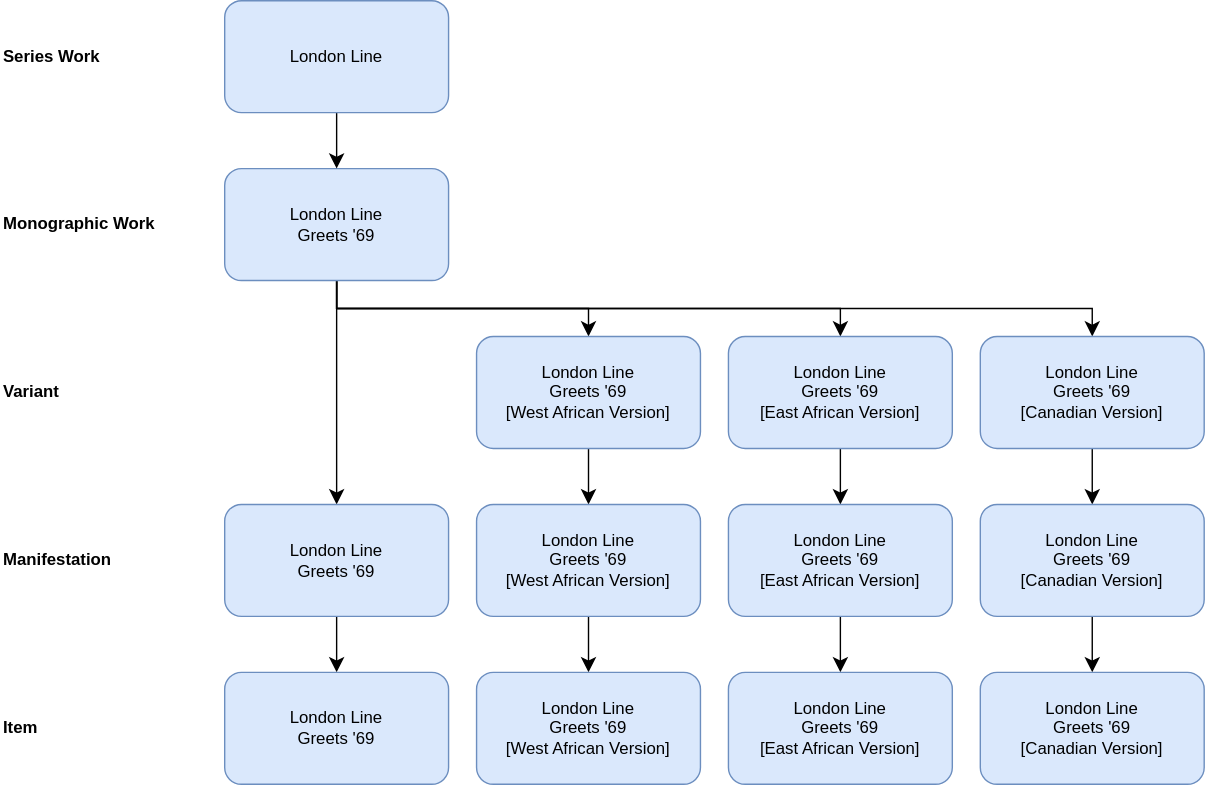
The draw.io diagram markdown/diagrams/numb_22.drawio.svg in FIAF/fiaf-cataloguing-manual, before a commit. Source tidied: cells renumbered, new cells last; positions are measured from the earlier drawing's top-left corner, leaving out a move shared by most shapes.
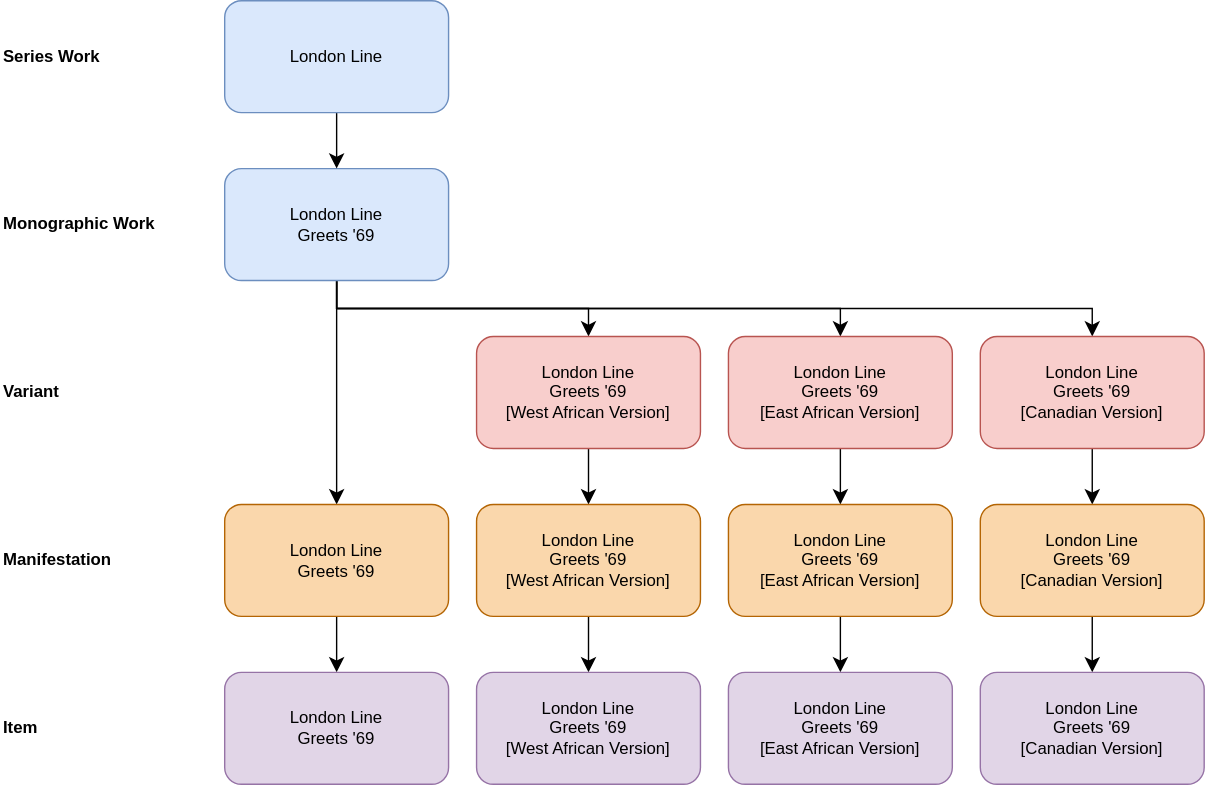
Later version of the same file.

The edit, as a diff of the source:
```diff
@@ -2,93 +2,108 @@
   <root>
     <mxCell id="0" />
     <mxCell id="1" parent="0" />
+    <mxCell id="35" style="edgeStyle=orthogonalEdgeStyle;rounded=0;orthogonalLoop=1;jettySize=auto;html=1;exitX=0.5;exitY=1;exitDx=0;exitDy=0;entryX=0.5;entryY=0;entryDx=0;entryDy=0;fontSize=12;startSize=8;endSize=8;" parent="1" edge="1">
+      <mxGeometry relative="1" as="geometry">
+        <mxPoint x="390" y="480" as="targetPoint" />
+      </mxGeometry>
+    </mxCell>
+    <mxCell id="36" style="edgeStyle=orthogonalEdgeStyle;rounded=0;orthogonalLoop=1;jettySize=auto;html=1;exitX=0.5;exitY=1;exitDx=0;exitDy=0;entryX=0.5;entryY=0;entryDx=0;entryDy=0;fontSize=12;startSize=8;endSize=8;" parent="1" edge="1">
+      <mxGeometry relative="1" as="geometry">
+        <mxPoint x="570" y="480" as="targetPoint" />
+      </mxGeometry>
+    </mxCell>
+    <mxCell id="37" style="edgeStyle=none;curved=1;rounded=0;orthogonalLoop=1;jettySize=auto;html=1;exitX=0.5;exitY=1;exitDx=0;exitDy=0;entryX=0.5;entryY=0;entryDx=0;entryDy=0;fontSize=12;startSize=8;endSize=8;" parent="1" edge="1">
+      <mxGeometry relative="1" as="geometry">
+        <mxPoint x="210" y="440" as="sourcePoint" />
+      </mxGeometry>
+    </mxCell>
     <mxCell id="2" value="Item" style="text;html=1;whiteSpace=wrap;strokeColor=none;fillColor=none;align=left;verticalAlign=middle;rounded=0;fontStyle=1;" parent="1" vertex="1">
       <mxGeometry y="505" width="110" height="30" as="geometry" />
     </mxCell>
-    <mxCell id="3" style="edgeStyle=orthogonalEdgeStyle;rounded=0;jettySize=auto;html=1;exitX=0.5;exitY=1;exitDx=0;exitDy=0;entryX=0.5;entryY=0;entryDx=0;entryDy=0;fontSize=12;startSize=8;endSize=8;" parent="1" edge="1" source="x">
-      <mxGeometry relative="1" as="geometry">
-        <mxPoint x="390" y="480" as="targetPoint" />
-      </mxGeometry>
-    </mxCell>
-    <mxCell id="4" style="edgeStyle=orthogonalEdgeStyle;rounded=0;jettySize=auto;html=1;exitX=0.5;exitY=1;exitDx=0;exitDy=0;entryX=0.5;entryY=0;entryDx=0;entryDy=0;fontSize=12;startSize=8;endSize=8;" parent="1" edge="1" source="x">
-      <mxGeometry relative="1" as="geometry">
-        <mxPoint x="570" y="480" as="targetPoint" />
-      </mxGeometry>
-    </mxCell>
+    <mxCell id="38" style="edgeStyle=orthogonalEdgeStyle;rounded=0;orthogonalLoop=1;jettySize=auto;html=1;exitX=0.5;exitY=1;exitDx=0;exitDy=0;entryX=0.5;entryY=0;entryDx=0;entryDy=0;fontSize=12;startSize=8;endSize=8;" parent="1" edge="1">
+      <mxGeometry relative="1" as="geometry">
+        <mxPoint x="390" y="480" as="targetPoint" />
+      </mxGeometry>
+    </mxCell>
+    <mxCell id="39" style="edgeStyle=orthogonalEdgeStyle;rounded=0;orthogonalLoop=1;jettySize=auto;html=1;exitX=0.5;exitY=1;exitDx=0;exitDy=0;entryX=0.5;entryY=0;entryDx=0;entryDy=0;fontSize=12;startSize=8;endSize=8;" parent="1" edge="1">
+      <mxGeometry relative="1" as="geometry">
+        <mxPoint x="570" y="480" as="targetPoint" />
+      </mxGeometry>
+    </mxCell>
     <mxCell id="5" value="Manifestation" style="text;html=1;whiteSpace=wrap;strokeColor=none;fillColor=none;align=left;verticalAlign=middle;rounded=0;fontStyle=1;" parent="1" vertex="1">
       <mxGeometry y="385" width="110" height="30" as="geometry" />
     </mxCell>
-    <mxCell id="6" style="edgeStyle=orthogonalEdgeStyle;rounded=0;jettySize=auto;html=1;exitX=0.5;exitY=1;exitDx=0;exitDy=0;entryX=0.5;entryY=0;entryDx=0;entryDy=0;fontSize=12;startSize=8;endSize=8;" parent="1" edge="1" source="10" target="15">
-      <mxGeometry relative="1" as="geometry" />
-    </mxCell>
-    <mxCell id="7" style="edgeStyle=orthogonalEdgeStyle;rounded=0;jettySize=auto;html=1;exitX=0.5;exitY=1;exitDx=0;exitDy=0;entryX=0.5;entryY=0;entryDx=0;entryDy=0;fontSize=12;startSize=8;endSize=8;" parent="1" edge="1" source="10" target="17">
-      <mxGeometry relative="1" as="geometry" />
-    </mxCell>
-    <mxCell id="8" style="edgeStyle=orthogonalEdgeStyle;rounded=0;jettySize=auto;html=1;exitX=0.5;exitY=1;exitDx=0;exitDy=0;entryX=0.5;entryY=0;entryDx=0;entryDy=0;fontSize=12;startSize=8;endSize=8;" parent="1" edge="1" source="10" target="19">
-      <mxGeometry relative="1" as="geometry" />
-    </mxCell>
-    <mxCell id="9" style="edgeStyle=none;curved=1;rounded=0;jettySize=auto;html=1;exitX=0.5;exitY=1;exitDx=0;exitDy=0;fontSize=12;startSize=8;endSize=8;" parent="1" edge="1" source="10" target="33">
-      <mxGeometry relative="1" as="geometry" />
-    </mxCell>
+    <mxCell id="40" style="edgeStyle=orthogonalEdgeStyle;rounded=0;jettySize=auto;html=1;exitX=0.5;exitY=1;exitDx=0;exitDy=0;entryX=0.5;entryY=0;entryDx=0;entryDy=0;fontSize=12;startSize=8;endSize=8;" parent="1" edge="1" source="10" target="46">
+      <mxGeometry relative="1" as="geometry" />
+    </mxCell>
+    <mxCell id="41" style="edgeStyle=orthogonalEdgeStyle;rounded=0;jettySize=auto;html=1;exitX=0.5;exitY=1;exitDx=0;exitDy=0;entryX=0.5;entryY=0;entryDx=0;entryDy=0;fontSize=12;startSize=8;endSize=8;" parent="1" edge="1" source="10" target="48">
+      <mxGeometry relative="1" as="geometry" />
+    </mxCell>
+    <mxCell id="42" style="edgeStyle=orthogonalEdgeStyle;rounded=0;jettySize=auto;html=1;exitX=0.5;exitY=1;exitDx=0;exitDy=0;entryX=0.5;entryY=0;entryDx=0;entryDy=0;fontSize=12;startSize=8;endSize=8;" parent="1" edge="1" source="10" target="50">
+      <mxGeometry relative="1" as="geometry" />
+    </mxCell>
+    <mxCell id="43" style="edgeStyle=none;curved=1;rounded=0;jettySize=auto;html=1;exitX=0.5;exitY=1;exitDx=0;exitDy=0;fontSize=12;startSize=8;endSize=8;" parent="1" edge="1" source="10" target="61">
+      <mxGeometry relative="1" as="geometry" />
+    </mxCell>
     <mxCell id="10" value="&lt;div&gt;London Line&lt;/div&gt;&lt;div&gt;Greets '69&lt;/div&gt;" style="rounded=1;whiteSpace=wrap;html=1;fillColor=#dae8fc;strokeColor=#6c8ebf;" parent="1" vertex="1">
       <mxGeometry x="160" y="120" width="160" height="80" as="geometry" />
     </mxCell>
     <mxCell id="11" value="Monographic Work" style="text;html=1;whiteSpace=wrap;strokeColor=none;fillColor=none;align=left;verticalAlign=middle;rounded=0;fontStyle=1;" parent="1" vertex="1">
       <mxGeometry y="145" width="120" height="30" as="geometry" />
     </mxCell>
-    <mxCell id="12" style="edgeStyle=none;curved=1;rounded=0;jettySize=auto;html=1;exitX=0.5;exitY=1;exitDx=0;exitDy=0;entryX=0.5;entryY=0;entryDx=0;entryDy=0;fontSize=12;startSize=8;endSize=8;" parent="1" edge="1" target="x">
-      <mxGeometry relative="1" as="geometry">
-        <mxPoint x="210" y="440" as="sourcePoint" />
-      </mxGeometry>
-    </mxCell>
+    <mxCell id="44" style="edgeStyle=none;curved=1;rounded=0;orthogonalLoop=1;jettySize=auto;html=1;exitX=0.5;exitY=1;exitDx=0;exitDy=0;entryX=0.5;entryY=0;entryDx=0;entryDy=0;fontSize=12;startSize=8;endSize=8;" parent="1" edge="1">
+      <mxGeometry relative="1" as="geometry">
+        <mxPoint x="210" y="440" as="sourcePoint" />
+      </mxGeometry>
+    </mxCell>
     <mxCell id="13" value="Variant" style="text;html=1;whiteSpace=wrap;strokeColor=none;fillColor=none;align=left;verticalAlign=middle;rounded=0;fontStyle=1;" parent="1" vertex="1">
       <mxGeometry y="265" width="110" height="30" as="geometry" />
     </mxCell>
-    <mxCell id="14" style="edgeStyle=none;curved=1;rounded=0;jettySize=auto;html=1;exitX=0.5;exitY=1;exitDx=0;exitDy=0;entryX=0.5;entryY=0;entryDx=0;entryDy=0;fontSize=12;startSize=8;endSize=8;" parent="1" edge="1" source="15" target="21">
-      <mxGeometry relative="1" as="geometry" />
-    </mxCell>
-    <mxCell id="15" value="&lt;div&gt;London Line&lt;/div&gt;&lt;div&gt;Greets '69&lt;/div&gt;&lt;div&gt;[West African Version]&lt;/div&gt;" style="rounded=1;whiteSpace=wrap;html=1;fillColor=#dae8fc;strokeColor=#6c8ebf;" parent="1" vertex="1">
-      <mxGeometry x="340" y="240" width="160" height="80" as="geometry" />
-    </mxCell>
-    <mxCell id="16" style="edgeStyle=none;curved=1;rounded=0;jettySize=auto;html=1;exitX=0.5;exitY=1;exitDx=0;exitDy=0;entryX=0.5;entryY=0;entryDx=0;entryDy=0;fontSize=12;startSize=8;endSize=8;" parent="1" edge="1" source="17" target="23">
-      <mxGeometry relative="1" as="geometry" />
-    </mxCell>
-    <mxCell id="17" value="&lt;div&gt;London Line&lt;/div&gt;&lt;div&gt;Greets '69&lt;/div&gt;&lt;div&gt;[East African Version]&lt;/div&gt;" style="rounded=1;whiteSpace=wrap;html=1;fillColor=#dae8fc;strokeColor=#6c8ebf;" parent="1" vertex="1">
-      <mxGeometry x="520" y="240" width="160" height="80" as="geometry" />
-    </mxCell>
-    <mxCell id="18" style="edgeStyle=none;curved=1;rounded=0;jettySize=auto;html=1;exitX=0.5;exitY=1;exitDx=0;exitDy=0;entryX=0.5;entryY=0;entryDx=0;entryDy=0;fontSize=12;startSize=8;endSize=8;" parent="1" edge="1" source="19" target="25">
-      <mxGeometry relative="1" as="geometry" />
-    </mxCell>
-    <mxCell id="19" value="&lt;div&gt;London Line&lt;/div&gt;&lt;div&gt;Greets '69&lt;/div&gt;&lt;div&gt;[Canadian Version]&lt;/div&gt;" style="rounded=1;whiteSpace=wrap;html=1;fillColor=#dae8fc;strokeColor=#6c8ebf;" parent="1" vertex="1">
-      <mxGeometry x="700" y="240" width="160" height="80" as="geometry" />
-    </mxCell>
-    <mxCell id="20" style="edgeStyle=none;curved=1;rounded=0;jettySize=auto;html=1;exitX=0.5;exitY=1;exitDx=0;exitDy=0;entryX=0.5;entryY=0;entryDx=0;entryDy=0;fontSize=12;startSize=8;endSize=8;" parent="1" edge="1" source="21" target="26">
-      <mxGeometry relative="1" as="geometry" />
-    </mxCell>
-    <mxCell id="21" value="&lt;div&gt;London Line&lt;/div&gt;&lt;div&gt;Greets '69&lt;/div&gt;&lt;div&gt;[West African Version]&lt;/div&gt;" style="rounded=1;whiteSpace=wrap;html=1;fillColor=#dae8fc;strokeColor=#6c8ebf;" parent="1" vertex="1">
-      <mxGeometry x="340" y="360" width="160" height="80" as="geometry" />
-    </mxCell>
-    <mxCell id="22" style="edgeStyle=none;curved=1;rounded=0;jettySize=auto;html=1;exitX=0.5;exitY=1;exitDx=0;exitDy=0;entryX=0.5;entryY=0;entryDx=0;entryDy=0;fontSize=12;startSize=8;endSize=8;" parent="1" edge="1" source="23" target="27">
-      <mxGeometry relative="1" as="geometry" />
-    </mxCell>
-    <mxCell id="23" value="&lt;div&gt;London Line&lt;/div&gt;&lt;div&gt;Greets '69&lt;/div&gt;&lt;div&gt;[East African Version]&lt;/div&gt;" style="rounded=1;whiteSpace=wrap;html=1;fillColor=#dae8fc;strokeColor=#6c8ebf;" parent="1" vertex="1">
-      <mxGeometry x="520" y="360" width="160" height="80" as="geometry" />
-    </mxCell>
-    <mxCell id="24" style="edgeStyle=none;curved=1;rounded=0;jettySize=auto;html=1;exitX=0.5;exitY=1;exitDx=0;exitDy=0;entryX=0.5;entryY=0;entryDx=0;entryDy=0;fontSize=12;startSize=8;endSize=8;" parent="1" edge="1" source="25" target="28">
-      <mxGeometry relative="1" as="geometry" />
-    </mxCell>
-    <mxCell id="25" value="&lt;div&gt;London Line&lt;/div&gt;&lt;div&gt;Greets '69&lt;/div&gt;&lt;div&gt;[Canadian Version]&lt;/div&gt;" style="rounded=1;whiteSpace=wrap;html=1;fillColor=#dae8fc;strokeColor=#6c8ebf;" parent="1" vertex="1">
-      <mxGeometry x="700" y="360" width="160" height="80" as="geometry" />
-    </mxCell>
-    <mxCell id="26" value="&lt;div&gt;London Line&lt;/div&gt;&lt;div&gt;Greets '69&lt;/div&gt;&lt;div&gt;[West African Version]&lt;/div&gt;" style="rounded=1;whiteSpace=wrap;html=1;fillColor=#dae8fc;strokeColor=#6c8ebf;" parent="1" vertex="1">
-      <mxGeometry x="340" y="480" width="160" height="80" as="geometry" />
-    </mxCell>
-    <mxCell id="27" value="&lt;div&gt;London Line&lt;/div&gt;&lt;div&gt;Greets '69&lt;/div&gt;&lt;div&gt;[East African Version]&lt;/div&gt;" style="rounded=1;whiteSpace=wrap;html=1;fillColor=#dae8fc;strokeColor=#6c8ebf;" parent="1" vertex="1">
-      <mxGeometry x="520" y="480" width="160" height="80" as="geometry" />
-    </mxCell>
-    <mxCell id="28" value="&lt;div&gt;London Line&lt;/div&gt;&lt;div&gt;Greets '69&lt;/div&gt;&lt;div&gt;[Canadian Version]&lt;/div&gt;" style="rounded=1;whiteSpace=wrap;html=1;fillColor=#dae8fc;strokeColor=#6c8ebf;" parent="1" vertex="1">
-      <mxGeometry x="700" y="480" width="160" height="80" as="geometry" />
-    </mxCell>
+    <mxCell id="45" style="edgeStyle=none;curved=1;rounded=0;jettySize=auto;html=1;exitX=0.5;exitY=1;exitDx=0;exitDy=0;entryX=0.5;entryY=0;entryDx=0;entryDy=0;fontSize=12;startSize=8;endSize=8;" parent="1" edge="1" source="46" target="52">
+      <mxGeometry relative="1" as="geometry" />
+    </mxCell>
+    <mxCell id="46" value="&lt;div&gt;London Line&lt;/div&gt;&lt;div&gt;Greets '69&lt;/div&gt;&lt;div&gt;[West African Version]&lt;/div&gt;" style="rounded=1;whiteSpace=wrap;html=1;fillColor=#f8cecc;strokeColor=#b85450;" parent="1" vertex="1">
+      <mxGeometry x="340" y="240" width="160" height="80" as="geometry" />
+    </mxCell>
+    <mxCell id="47" style="edgeStyle=none;curved=1;rounded=0;jettySize=auto;html=1;exitX=0.5;exitY=1;exitDx=0;exitDy=0;entryX=0.5;entryY=0;entryDx=0;entryDy=0;fontSize=12;startSize=8;endSize=8;" parent="1" edge="1" source="48" target="54">
+      <mxGeometry relative="1" as="geometry" />
+    </mxCell>
+    <mxCell id="48" value="&lt;div&gt;London Line&lt;/div&gt;&lt;div&gt;Greets '69&lt;/div&gt;&lt;div&gt;[East African Version]&lt;/div&gt;" style="rounded=1;whiteSpace=wrap;html=1;fillColor=#f8cecc;strokeColor=#b85450;" parent="1" vertex="1">
+      <mxGeometry x="520" y="240" width="160" height="80" as="geometry" />
+    </mxCell>
+    <mxCell id="49" style="edgeStyle=none;curved=1;rounded=0;jettySize=auto;html=1;exitX=0.5;exitY=1;exitDx=0;exitDy=0;entryX=0.5;entryY=0;entryDx=0;entryDy=0;fontSize=12;startSize=8;endSize=8;" parent="1" edge="1" source="50" target="56">
+      <mxGeometry relative="1" as="geometry" />
+    </mxCell>
+    <mxCell id="50" value="&lt;div&gt;London Line&lt;/div&gt;&lt;div&gt;Greets '69&lt;/div&gt;&lt;div&gt;[Canadian Version]&lt;/div&gt;" style="rounded=1;whiteSpace=wrap;html=1;fillColor=#f8cecc;strokeColor=#b85450;" parent="1" vertex="1">
+      <mxGeometry x="700" y="240" width="160" height="80" as="geometry" />
+    </mxCell>
+    <mxCell id="51" style="edgeStyle=none;curved=1;rounded=0;jettySize=auto;html=1;exitX=0.5;exitY=1;exitDx=0;exitDy=0;entryX=0.5;entryY=0;entryDx=0;entryDy=0;fontSize=12;startSize=8;endSize=8;" parent="1" edge="1" source="52" target="57">
+      <mxGeometry relative="1" as="geometry" />
+    </mxCell>
+    <mxCell id="52" value="&lt;div&gt;London Line&lt;/div&gt;&lt;div&gt;Greets '69&lt;/div&gt;&lt;div&gt;[West African Version]&lt;/div&gt;" style="rounded=1;whiteSpace=wrap;html=1;fillColor=#fad7ac;strokeColor=#b46504;" parent="1" vertex="1">
+      <mxGeometry x="340" y="360" width="160" height="80" as="geometry" />
+    </mxCell>
+    <mxCell id="53" style="edgeStyle=none;curved=1;rounded=0;jettySize=auto;html=1;exitX=0.5;exitY=1;exitDx=0;exitDy=0;entryX=0.5;entryY=0;entryDx=0;entryDy=0;fontSize=12;startSize=8;endSize=8;" parent="1" edge="1" source="54" target="58">
+      <mxGeometry relative="1" as="geometry" />
+    </mxCell>
+    <mxCell id="54" value="&lt;div&gt;London Line&lt;/div&gt;&lt;div&gt;Greets '69&lt;/div&gt;&lt;div&gt;[East African Version]&lt;/div&gt;" style="rounded=1;whiteSpace=wrap;html=1;fillColor=#fad7ac;strokeColor=#b46504;" parent="1" vertex="1">
+      <mxGeometry x="520" y="360" width="160" height="80" as="geometry" />
+    </mxCell>
+    <mxCell id="55" style="edgeStyle=none;curved=1;rounded=0;jettySize=auto;html=1;exitX=0.5;exitY=1;exitDx=0;exitDy=0;entryX=0.5;entryY=0;entryDx=0;entryDy=0;fontSize=12;startSize=8;endSize=8;" parent="1" edge="1" source="56" target="59">
+      <mxGeometry relative="1" as="geometry" />
+    </mxCell>
+    <mxCell id="56" value="&lt;div&gt;London Line&lt;/div&gt;&lt;div&gt;Greets '69&lt;/div&gt;&lt;div&gt;[Canadian Version]&lt;/div&gt;" style="rounded=1;whiteSpace=wrap;html=1;fillColor=#fad7ac;strokeColor=#b46504;" parent="1" vertex="1">
+      <mxGeometry x="700" y="360" width="160" height="80" as="geometry" />
+    </mxCell>
+    <mxCell id="57" value="&lt;div&gt;London Line&lt;/div&gt;&lt;div&gt;Greets '69&lt;/div&gt;&lt;div&gt;[West African Version]&lt;/div&gt;" style="rounded=1;whiteSpace=wrap;html=1;fillColor=#e1d5e7;strokeColor=#9673a6;" parent="1" vertex="1">
+      <mxGeometry x="340" y="480" width="160" height="80" as="geometry" />
+    </mxCell>
+    <mxCell id="58" value="&lt;div&gt;London Line&lt;/div&gt;&lt;div&gt;Greets '69&lt;/div&gt;&lt;div&gt;[East African Version]&lt;/div&gt;" style="rounded=1;whiteSpace=wrap;html=1;fillColor=#e1d5e7;strokeColor=#9673a6;" parent="1" vertex="1">
+      <mxGeometry x="520" y="480" width="160" height="80" as="geometry" />
+    </mxCell>
+    <mxCell id="59" value="&lt;div&gt;London Line&lt;/div&gt;&lt;div&gt;Greets '69&lt;/div&gt;&lt;div&gt;[Canadian Version]&lt;/div&gt;" style="rounded=1;whiteSpace=wrap;html=1;fillColor=#e1d5e7;strokeColor=#9673a6;" parent="1" vertex="1">
+      <mxGeometry x="700" y="480" width="160" height="80" as="geometry" />
+    </mxCell>
     <mxCell id="29" style="edgeStyle=none;curved=1;rounded=0;jettySize=auto;html=1;exitX=0.5;exitY=1;exitDx=0;exitDy=0;entryX=0.5;entryY=0;entryDx=0;entryDy=0;fontSize=12;startSize=8;endSize=8;" parent="1" edge="1" source="30" target="10">
       <mxGeometry relative="1" as="geometry" />
     </mxCell>
@@ -98,14 +113,14 @@
     <mxCell id="31" value="Series Work" style="text;html=1;whiteSpace=wrap;strokeColor=none;fillColor=none;align=left;verticalAlign=middle;rounded=0;fontStyle=1;" parent="1" vertex="1">
       <mxGeometry y="25" width="110" height="30" as="geometry" />
     </mxCell>
-    <mxCell id="32" style="edgeStyle=none;curved=1;rounded=0;jettySize=auto;html=1;exitX=0.5;exitY=1;exitDx=0;exitDy=0;fontSize=12;startSize=8;endSize=8;" parent="1" edge="1" source="33" target="34">
-      <mxGeometry relative="1" as="geometry" />
-    </mxCell>
-    <mxCell id="33" value="&lt;div&gt;London Line&lt;/div&gt;&lt;div&gt;Greets '69&lt;/div&gt;" style="rounded=1;whiteSpace=wrap;html=1;fillColor=#dae8fc;strokeColor=#6c8ebf;" parent="1" vertex="1">
-      <mxGeometry x="160" y="360" width="160" height="80" as="geometry" />
-    </mxCell>
-    <mxCell id="34" value="&lt;div&gt;London Line&lt;/div&gt;&lt;div&gt;Greets '69&lt;/div&gt;" style="rounded=1;whiteSpace=wrap;html=1;fillColor=#dae8fc;strokeColor=#6c8ebf;" parent="1" vertex="1">
-      <mxGeometry x="160" y="480" width="160" height="80" as="geometry" />
-    </mxCell>
+    <mxCell id="60" style="edgeStyle=none;curved=1;rounded=0;jettySize=auto;html=1;exitX=0.5;exitY=1;exitDx=0;exitDy=0;fontSize=12;startSize=8;endSize=8;" parent="1" edge="1" source="61" target="62">
+      <mxGeometry relative="1" as="geometry" />
+    </mxCell>
+    <mxCell id="61" value="&lt;div&gt;London Line&lt;/div&gt;&lt;div&gt;Greets '69&lt;/div&gt;" style="rounded=1;whiteSpace=wrap;html=1;fillColor=#fad7ac;strokeColor=#b46504;" parent="1" vertex="1">
+      <mxGeometry x="160" y="360" width="160" height="80" as="geometry" />
+    </mxCell>
+    <mxCell id="62" value="&lt;div&gt;London Line&lt;/div&gt;&lt;div&gt;Greets '69&lt;/div&gt;" style="rounded=1;whiteSpace=wrap;html=1;fillColor=#e1d5e7;strokeColor=#9673a6;" parent="1" vertex="1">
+      <mxGeometry x="160" y="480" width="160" height="80" as="geometry" />
+    </mxCell>
   </root>
 </mxGraphModel>
```
